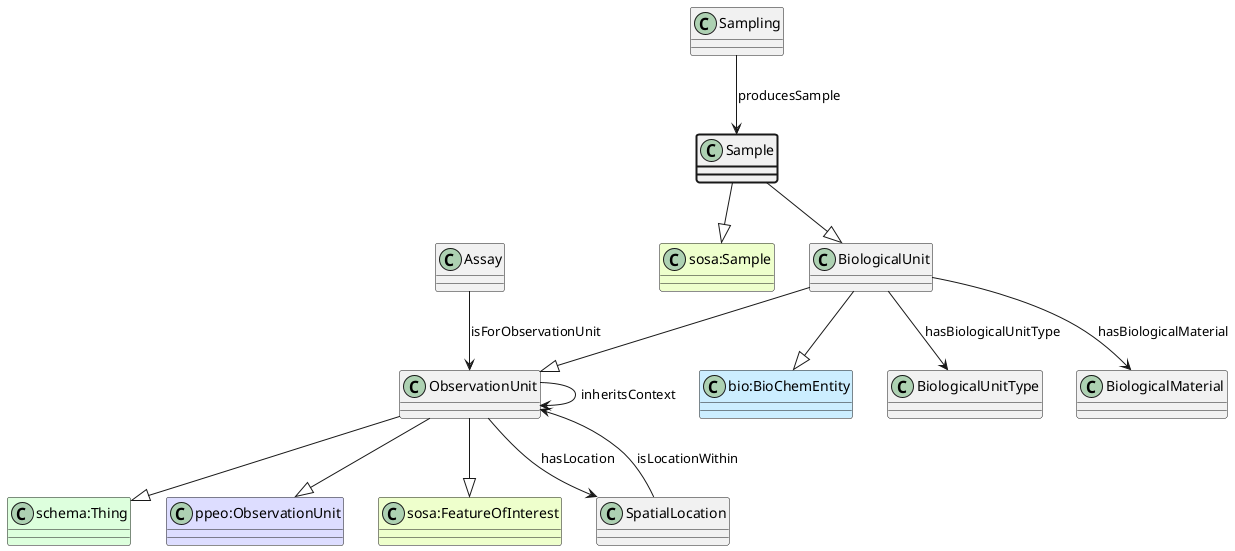
Above: ttl_uml/ttl_appn_Sample.png in aus-plant-phenomics-network/appn-schema (PlantUML), before the change.
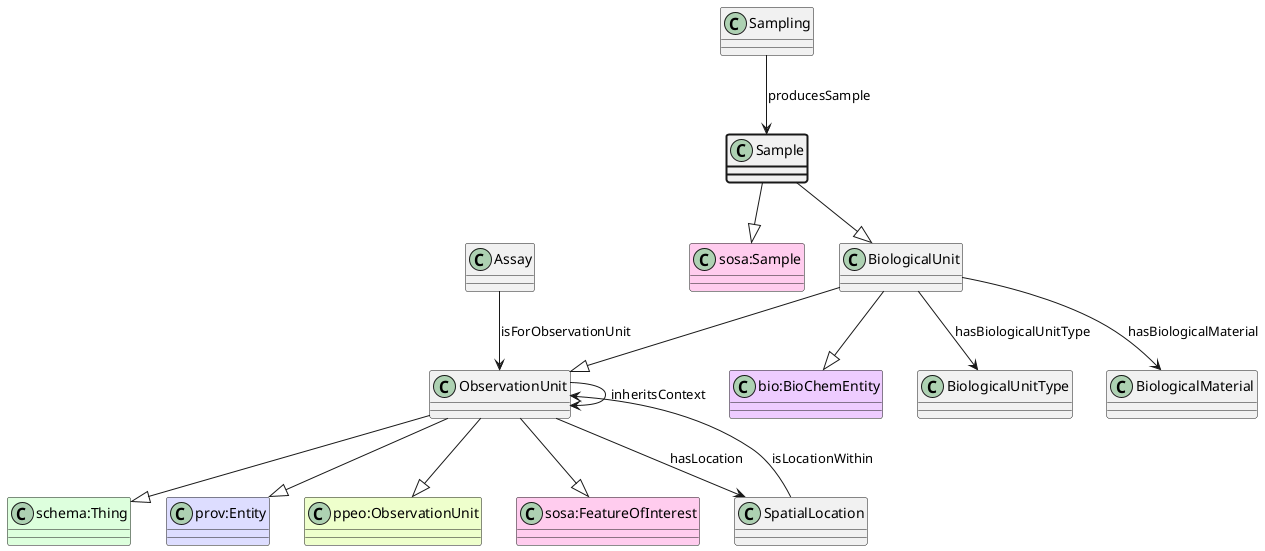
Later version of the same file.

What changed in the source:
```diff
@@ -1,17 +1,19 @@
 @startuml
 class Sample  #line.bold
-class "sosa:Sample" #EEFFCC
+class "sosa:Sample" #FFCCEE
 Sample --|> "sosa:Sample"
 class BiologicalUnit
 class ObservationUnit
 class "schema:Thing" #DDFFDD
 ObservationUnit --|> "schema:Thing"
-class "ppeo:ObservationUnit" #DDDDFF
+class "prov:Entity" #DDDDFF
+ObservationUnit --|> "prov:Entity"
+class "ppeo:ObservationUnit" #EEFFCC
 ObservationUnit --|> "ppeo:ObservationUnit"
-class "sosa:FeatureOfInterest" #EEFFCC
+class "sosa:FeatureOfInterest" #FFCCEE
 ObservationUnit --|> "sosa:FeatureOfInterest"
 BiologicalUnit --|> ObservationUnit
-class "bio:BioChemEntity" #CCEEFF
+class "bio:BioChemEntity" #EECCFF
 BiologicalUnit --|> "bio:BioChemEntity"
 Sample --|> BiologicalUnit
 class Sampling
```
